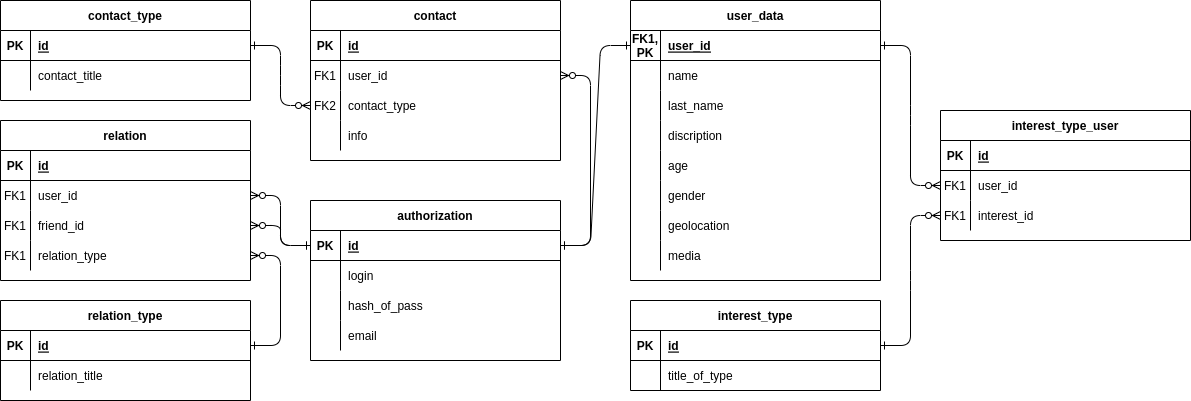
Before: dataAboutDB/DBForInternship.drawio.png, a diagram exported from draw.io (krilop/PFP-PeopleForPeople). Source tidied: cells renumbered, new cells last; positions are measured from the earlier drawing's top-left corner, leaving out a move shared by most shapes.
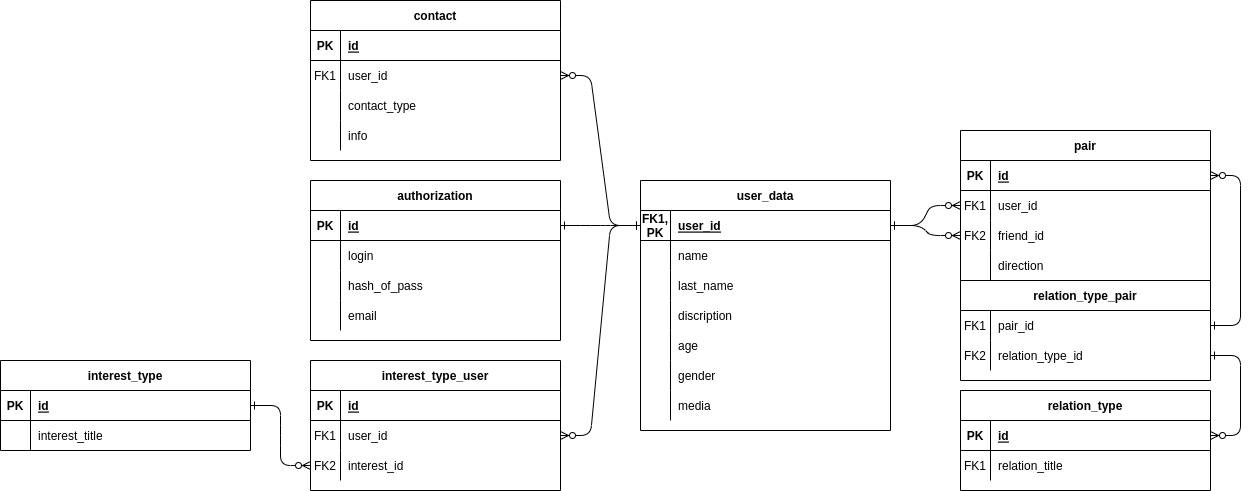
After the commit.

What changed in the source:
```diff
@@ -2,11 +2,11 @@
   <root>
     <mxCell id="0" />
     <mxCell id="1" parent="0" />
-    <mxCell id="2" style="edgeStyle=entityRelationEdgeStyle;endArrow=ERzeroToMany;startArrow=ERone;endFill=1;startFill=0;exitX=1;exitY=0.5;exitDx=0;exitDy=0;" parent="1" edge="1" source="71" target="7">
+    <mxCell id="2" style="edgeStyle=entityRelationEdgeStyle;endArrow=ERzeroToMany;startArrow=ERone;endFill=1;startFill=0;exitX=0;exitY=0.5;exitDx=0;exitDy=0;" parent="1" edge="1" source="71" target="7">
       <mxGeometry relative="1" as="geometry" />
     </mxCell>
     <mxCell id="3" value="interest_type_user" style="shape=table;startSize=30;rowLines=0;fontStyle=1;align=center;" parent="1" vertex="1">
-      <mxGeometry x="940" y="110" width="250" height="130" as="geometry" />
+      <mxGeometry x="300" y="180" width="250" height="130" as="geometry" />
     </mxCell>
     <mxCell id="4" style="shape=partialRectangle;fillColor=none;top=0;left=0;right=0;bottom=1;" parent="3" vertex="1">
       <mxGeometry y="30" width="250" height="30" as="geometry" />
@@ -29,14 +29,14 @@
     <mxCell id="10" style="shape=partialRectangle;fillColor=none;points=[[0,0.5],[1,0.5]];portConstraint=eastwest;top=0;left=0;right=0;bottom=0;" parent="3" vertex="1">
       <mxGeometry y="90" width="250" height="30" as="geometry" />
     </mxCell>
-    <mxCell id="11" value="FK1" style="shape=partialRectangle;overflow=hidden;fillColor=none;top=0;left=0;bottom=0;right=0;" parent="10" vertex="1">
+    <mxCell id="11" value="FK2" style="shape=partialRectangle;overflow=hidden;fillColor=none;top=0;left=0;bottom=0;right=0;" parent="10" vertex="1">
       <mxGeometry width="30" height="30" as="geometry" />
     </mxCell>
     <mxCell id="12" value="interest_id" style="shape=partialRectangle;overflow=hidden;fillColor=none;top=0;left=0;bottom=0;right=0;align=left;spacingLeft=6;" parent="10" vertex="1">
       <mxGeometry x="30" width="220" height="30" as="geometry" />
     </mxCell>
     <mxCell id="13" value="authorization" style="shape=table;startSize=30;rowLines=0;fontStyle=1;align=center;fillStyle=solid;" parent="1" vertex="1">
-      <mxGeometry x="310" y="200" width="250" height="160" as="geometry" />
+      <mxGeometry x="300" width="250" height="160" as="geometry" />
     </mxCell>
     <mxCell id="14" style="shape=partialRectangle;fillColor=none;points=[[0,0.5],[1,0.5]];portConstraint=eastwest;top=0;left=0;right=0;bottom=1;" parent="13" vertex="1">
       <mxGeometry y="30" width="250" height="30" as="geometry" />
@@ -75,7 +75,7 @@
       <mxGeometry x="30" width="220" height="30" as="geometry" />
     </mxCell>
     <mxCell id="26" value="interest_type" style="shape=table;startSize=30;rowLines=0;fontStyle=1;align=center;" parent="1" vertex="1">
-      <mxGeometry x="630" y="300" width="250" height="90" as="geometry" />
+      <mxGeometry x="-10" y="180" width="250" height="90" as="geometry" />
     </mxCell>
     <mxCell id="27" style="shape=partialRectangle;fillColor=none;points=[[0,0.5],[1,0.5]];portConstraint=eastwest;top=0;left=0;right=0;bottom=1;" parent="26" vertex="1">
       <mxGeometry y="30" width="250" height="30" as="geometry" />
@@ -92,11 +92,11 @@
     <mxCell id="31" style="shape=partialRectangle;overflow=hidden;fillColor=none;top=0;left=0;bottom=0;right=0;" parent="30" vertex="1">
       <mxGeometry width="30" height="30" as="geometry" />
     </mxCell>
-    <mxCell id="32" value="title_of_type" style="shape=partialRectangle;overflow=hidden;fillColor=none;top=0;left=0;bottom=0;right=0;align=left;spacingLeft=6;" parent="30" vertex="1">
+    <mxCell id="32" value="interest_title" style="shape=partialRectangle;overflow=hidden;fillColor=none;top=0;left=0;bottom=0;right=0;align=left;spacingLeft=6;" parent="30" vertex="1">
       <mxGeometry x="30" width="220" height="30" as="geometry" />
     </mxCell>
-    <mxCell id="33" value="relation" style="shape=table;startSize=30;rowLines=0;fontStyle=1;align=center;fillStyle=solid;" parent="1" vertex="1">
-      <mxGeometry y="120" width="250" height="160" as="geometry" />
+    <mxCell id="33" value="pair" style="shape=table;startSize=30;rowLines=0;fontStyle=1;align=center;fillStyle=solid;" parent="1" vertex="1">
+      <mxGeometry x="950" y="-50" width="250" height="160" as="geometry" />
     </mxCell>
     <mxCell id="34" style="shape=partialRectangle;fillColor=none;points=[[0,0.5],[1,0.5]];portConstraint=eastwest;top=0;left=0;right=0;bottom=1;" parent="33" vertex="1">
       <mxGeometry y="30" width="250" height="30" as="geometry" />
@@ -119,7 +119,7 @@
     <mxCell id="40" style="shape=partialRectangle;fillColor=none;points=[[0,0.5],[1,0.5]];portConstraint=eastwest;top=0;left=0;right=0;bottom=0;" parent="33" vertex="1">
       <mxGeometry y="90" width="250" height="30" as="geometry" />
     </mxCell>
-    <mxCell id="41" value="FK1" style="shape=partialRectangle;overflow=hidden;fillColor=none;top=0;left=0;bottom=0;right=0;" parent="40" vertex="1">
+    <mxCell id="41" value="FK2" style="shape=partialRectangle;overflow=hidden;fillColor=none;top=0;left=0;bottom=0;right=0;" parent="40" vertex="1">
       <mxGeometry width="30" height="30" as="geometry" />
     </mxCell>
     <mxCell id="42" value="friend_id" style="shape=partialRectangle;overflow=hidden;fillColor=none;top=0;left=0;bottom=0;right=0;align=left;spacingLeft=6;" parent="40" vertex="1">
@@ -128,23 +128,17 @@
     <mxCell id="43" style="shape=partialRectangle;fillColor=none;points=[[0,0.5],[1,0.5]];portConstraint=eastwest;top=0;left=0;right=0;bottom=0;" parent="33" vertex="1">
       <mxGeometry y="120" width="250" height="30" as="geometry" />
     </mxCell>
-    <mxCell id="44" value="FK1" style="shape=partialRectangle;overflow=hidden;fillColor=none;top=0;left=0;bottom=0;right=0;" parent="43" vertex="1">
-      <mxGeometry width="30" height="30" as="geometry" />
-    </mxCell>
-    <mxCell id="45" value="relation_type" style="shape=partialRectangle;overflow=hidden;fillColor=none;top=0;left=0;bottom=0;right=0;align=left;spacingLeft=6;" parent="43" vertex="1">
-      <mxGeometry x="30" width="220" height="30" as="geometry" />
-    </mxCell>
-    <mxCell id="46" style="edgeStyle=entityRelationEdgeStyle;rounded=1;jettySize=auto;html=1;exitX=0;exitY=0.5;exitDx=0;exitDy=0;entryX=1;entryY=0.5;entryDx=0;entryDy=0;strokeColor=default;align=center;verticalAlign=middle;fontFamily=Helvetica;fontSize=11;fontColor=default;labelBackgroundColor=default;startArrow=ERone;startFill=0;endArrow=ERzeroToMany;endFill=1;" parent="1" edge="1" source="14" target="37">
-      <mxGeometry relative="1" as="geometry" />
-    </mxCell>
-    <mxCell id="47" style="edgeStyle=entityRelationEdgeStyle;rounded=1;jettySize=auto;html=1;exitX=0;exitY=0.5;exitDx=0;exitDy=0;entryX=1;entryY=0.5;entryDx=0;entryDy=0;strokeColor=default;align=center;verticalAlign=middle;fontFamily=Helvetica;fontSize=11;fontColor=default;labelBackgroundColor=default;startArrow=ERone;startFill=0;endArrow=ERzeroToMany;endFill=1;" parent="1" edge="1" source="14" target="40">
-      <mxGeometry relative="1" as="geometry" />
-    </mxCell>
+    <mxCell id="105" style="shape=partialRectangle;overflow=hidden;fillColor=none;top=0;left=0;bottom=0;right=0;" parent="43" vertex="1">
+      <mxGeometry width="30" height="30" as="geometry" />
+    </mxCell>
+    <mxCell id="106" value="direction" style="shape=partialRectangle;overflow=hidden;fillColor=none;top=0;left=0;bottom=0;right=0;align=left;spacingLeft=6;" parent="43" vertex="1">
+      <mxGeometry x="30" width="220" height="30" as="geometry" />
+    </mxCell>
     <mxCell id="48" style="edgeStyle=entityRelationEdgeStyle;rounded=1;jettySize=auto;html=1;exitX=1;exitY=0.5;exitDx=0;exitDy=0;entryX=0;entryY=0.5;entryDx=0;entryDy=0;strokeColor=default;align=center;verticalAlign=middle;fontFamily=Helvetica;fontSize=11;fontColor=default;labelBackgroundColor=default;startArrow=ERone;startFill=0;endArrow=ERzeroToMany;endFill=1;" parent="1" edge="1" source="27" target="10">
       <mxGeometry relative="1" as="geometry" />
     </mxCell>
     <mxCell id="49" value="contact" style="shape=table;startSize=30;rowLines=0;fontStyle=1;align=center;fillStyle=solid;" parent="1" vertex="1">
-      <mxGeometry x="310" width="250" height="160" as="geometry" />
+      <mxGeometry x="300" y="-180" width="250" height="160" as="geometry" />
     </mxCell>
     <mxCell id="50" style="shape=partialRectangle;fillColor=none;top=0;left=0;right=0;bottom=1;" parent="49" vertex="1">
       <mxGeometry y="30" width="250" height="30" as="geometry" />
@@ -167,7 +161,7 @@
     <mxCell id="56" style="shape=partialRectangle;fillColor=none;points=[[0,0.5],[1,0.5]];portConstraint=eastwest;top=0;left=0;right=0;bottom=0;" parent="49" vertex="1">
       <mxGeometry y="90" width="250" height="30" as="geometry" />
     </mxCell>
-    <mxCell id="57" value="FK2" style="shape=partialRectangle;overflow=hidden;fillColor=none;top=0;left=0;bottom=0;right=0;" parent="56" vertex="1">
+    <mxCell id="57" style="shape=partialRectangle;overflow=hidden;fillColor=none;top=0;left=0;bottom=0;right=0;" parent="56" vertex="1">
       <mxGeometry width="30" height="30" as="geometry" />
     </mxCell>
     <mxCell id="58" value="contact_type" style="shape=partialRectangle;overflow=hidden;fillColor=none;top=0;left=0;bottom=0;right=0;align=left;spacingLeft=6;" parent="56" vertex="1">
@@ -182,32 +176,16 @@
     <mxCell id="61" value="info" style="shape=partialRectangle;overflow=hidden;fillColor=none;top=0;left=0;bottom=0;right=0;align=left;spacingLeft=6;" parent="59" vertex="1">
       <mxGeometry x="30" width="220" height="30" as="geometry" />
     </mxCell>
-    <mxCell id="62" style="edgeStyle=entityRelationEdgeStyle;rounded=1;jettySize=auto;html=1;exitX=1;exitY=0.5;exitDx=0;exitDy=0;strokeColor=default;align=center;verticalAlign=middle;fontFamily=Helvetica;fontSize=11;fontColor=default;labelBackgroundColor=default;startArrow=ERone;startFill=0;endArrow=ERzeroToMany;endFill=1;entryX=1;entryY=0.5;entryDx=0;entryDy=0;" parent="1" edge="1" source="14" target="53">
-      <mxGeometry relative="1" as="geometry" />
+    <mxCell id="62" style="edgeStyle=entityRelationEdgeStyle;rounded=1;jettySize=auto;html=1;exitX=0;exitY=0.5;exitDx=0;exitDy=0;strokeColor=default;align=center;verticalAlign=middle;fontFamily=Helvetica;fontSize=11;fontColor=default;labelBackgroundColor=default;startArrow=ERone;startFill=0;endArrow=ERzeroToMany;endFill=1;entryX=1;entryY=0.5;entryDx=0;entryDy=0;" parent="1" edge="1" source="71" target="53">
+      <mxGeometry relative="1" as="geometry">
+        <Array as="points">
+          <mxPoint x="580" y="-70" />
+          <mxPoint x="620" y="-50" />
+        </Array>
+      </mxGeometry>
     </mxCell>
-    <mxCell id="63" value="relation_type" style="shape=table;startSize=30;rowLines=0;fontStyle=1;align=center;fillStyle=solid;" parent="1" vertex="1">
-      <mxGeometry y="300" width="250" height="100" as="geometry" />
-    </mxCell>
-    <mxCell id="64" style="shape=partialRectangle;fillColor=none;points=[[0,0.5],[1,0.5]];portConstraint=eastwest;top=0;left=0;right=0;bottom=1;" parent="63" vertex="1">
-      <mxGeometry y="30" width="250" height="30" as="geometry" />
-    </mxCell>
-    <mxCell id="65" value="PK" style="shape=partialRectangle;overflow=hidden;fillColor=none;top=0;left=0;bottom=0;right=0;fontStyle=1;" parent="64" vertex="1">
-      <mxGeometry width="30" height="30" as="geometry" />
-    </mxCell>
-    <mxCell id="66" value="id" style="shape=partialRectangle;overflow=hidden;fillColor=none;top=0;left=0;bottom=0;right=0;align=left;spacingLeft=6;fontStyle=5;" parent="64" vertex="1">
-      <mxGeometry x="30" width="220" height="30" as="geometry" />
-    </mxCell>
-    <mxCell id="67" style="shape=partialRectangle;fillColor=none;top=0;left=0;right=0;bottom=0;" parent="63" vertex="1">
-      <mxGeometry y="60" width="250" height="30" as="geometry" />
-    </mxCell>
-    <mxCell id="68" style="shape=partialRectangle;overflow=hidden;fillColor=none;top=0;left=0;bottom=0;right=0;" parent="67" vertex="1">
-      <mxGeometry width="30" height="30" as="geometry" />
-    </mxCell>
-    <mxCell id="69" value="relation_title" style="shape=partialRectangle;overflow=hidden;fillColor=none;top=0;left=0;bottom=0;right=0;align=left;spacingLeft=6;" parent="67" vertex="1">
-      <mxGeometry x="30" width="220" height="30" as="geometry" />
-    </mxCell>
     <mxCell id="70" value="user_data" style="shape=table;startSize=30;rowLines=0;fontStyle=1;align=center;fillStyle=solid;" parent="1" vertex="1">
-      <mxGeometry x="630" width="250" height="280" as="geometry" />
+      <mxGeometry x="630" width="250" height="250" as="geometry" />
     </mxCell>
     <mxCell id="71" style="shape=partialRectangle;fillColor=none;points=[[0,0.5],[1,0.5]];portConstraint=eastwest;top=0;left=0;right=0;bottom=1;" parent="70" vertex="1">
       <mxGeometry y="30" width="250" height="30" as="geometry" />
@@ -263,17 +241,8 @@
     <mxCell id="88" value="gender" style="shape=partialRectangle;overflow=hidden;fillColor=none;top=0;left=0;bottom=0;right=0;align=left;spacingLeft=6;" parent="86" vertex="1">
       <mxGeometry x="30" width="220" height="30" as="geometry" />
     </mxCell>
-    <mxCell id="89" style="shape=partialRectangle;fillColor=none;top=0;left=0;right=0;bottom=0;" parent="70" vertex="1">
-      <mxGeometry y="210" width="250" height="30" as="geometry" />
-    </mxCell>
-    <mxCell id="90" style="shape=partialRectangle;overflow=hidden;fillColor=none;top=0;left=0;bottom=0;right=0;" parent="89" vertex="1">
-      <mxGeometry width="30" height="30" as="geometry" />
-    </mxCell>
-    <mxCell id="91" value="geolocation" style="shape=partialRectangle;overflow=hidden;fillColor=none;top=0;left=0;bottom=0;right=0;align=left;spacingLeft=6;" parent="89" vertex="1">
-      <mxGeometry x="30" width="220" height="30" as="geometry" />
-    </mxCell>
     <mxCell id="92" style="shape=partialRectangle;fillColor=none;top=0;left=0;right=0;bottom=0;" parent="70" vertex="1">
-      <mxGeometry y="240" width="250" height="30" as="geometry" />
+      <mxGeometry y="210" width="250" height="30" as="geometry" />
     </mxCell>
     <mxCell id="93" style="shape=partialRectangle;overflow=hidden;fillColor=none;top=0;left=0;bottom=0;right=0;" parent="92" vertex="1">
       <mxGeometry width="30" height="30" as="geometry" />
@@ -284,32 +253,59 @@
     <mxCell id="95" style="edgeStyle=entityRelationEdgeStyle;rounded=1;jettySize=auto;html=1;exitX=1;exitY=0.5;exitDx=0;exitDy=0;entryX=0;entryY=0.5;entryDx=0;entryDy=0;strokeColor=default;align=center;verticalAlign=middle;fontFamily=Helvetica;fontSize=11;fontColor=default;labelBackgroundColor=default;startArrow=ERone;startFill=0;endArrow=ERone;endFill=0;" parent="1" edge="1" source="14" target="71">
       <mxGeometry relative="1" as="geometry" />
     </mxCell>
-    <mxCell id="96" value="contact_type" style="shape=table;startSize=30;rowLines=0;fontStyle=1;align=center;fillStyle=solid;" parent="1" vertex="1">
-      <mxGeometry width="250" height="100" as="geometry" />
-    </mxCell>
-    <mxCell id="97" style="shape=partialRectangle;fillColor=none;points=[[0,0.5],[1,0.5]];portConstraint=eastwest;top=0;left=0;right=0;bottom=1;" parent="96" vertex="1">
-      <mxGeometry y="30" width="250" height="30" as="geometry" />
-    </mxCell>
-    <mxCell id="98" value="PK" style="shape=partialRectangle;overflow=hidden;fillColor=none;top=0;left=0;bottom=0;right=0;fontStyle=1;" parent="97" vertex="1">
-      <mxGeometry width="30" height="30" as="geometry" />
-    </mxCell>
-    <mxCell id="99" value="id" style="shape=partialRectangle;overflow=hidden;fillColor=none;top=0;left=0;bottom=0;right=0;align=left;spacingLeft=6;fontStyle=5;" parent="97" vertex="1">
-      <mxGeometry x="30" width="220" height="30" as="geometry" />
-    </mxCell>
-    <mxCell id="100" style="shape=partialRectangle;fillColor=none;top=0;left=0;right=0;bottom=0;" parent="96" vertex="1">
-      <mxGeometry y="60" width="250" height="30" as="geometry" />
-    </mxCell>
-    <mxCell id="101" style="shape=partialRectangle;overflow=hidden;fillColor=none;top=0;left=0;bottom=0;right=0;" parent="100" vertex="1">
-      <mxGeometry width="30" height="30" as="geometry" />
-    </mxCell>
-    <mxCell id="102" value="contact_title" style="shape=partialRectangle;overflow=hidden;fillColor=none;top=0;left=0;bottom=0;right=0;align=left;spacingLeft=6;" parent="100" vertex="1">
-      <mxGeometry x="30" width="220" height="30" as="geometry" />
-    </mxCell>
-    <mxCell id="103" style="edgeStyle=entityRelationEdgeStyle;rounded=1;jettySize=auto;html=1;exitX=1;exitY=0.5;exitDx=0;exitDy=0;entryX=0;entryY=0.5;entryDx=0;entryDy=0;strokeColor=default;align=center;verticalAlign=middle;fontFamily=Helvetica;fontSize=11;fontColor=default;labelBackgroundColor=default;startArrow=ERone;startFill=0;endArrow=ERzeroToMany;endFill=1;" parent="1" edge="1" source="97" target="56">
-      <mxGeometry relative="1" as="geometry" />
-    </mxCell>
-    <mxCell id="104" style="edgeStyle=entityRelationEdgeStyle;rounded=1;jettySize=auto;html=1;exitX=1;exitY=0.5;exitDx=0;exitDy=0;entryX=1;entryY=0.5;entryDx=0;entryDy=0;strokeColor=default;align=center;verticalAlign=middle;fontFamily=Helvetica;fontSize=11;fontColor=default;labelBackgroundColor=default;startArrow=ERone;startFill=0;endArrow=ERzeroToMany;endFill=1;" parent="1" edge="1" source="64" target="43">
-      <mxGeometry relative="1" as="geometry" />
-    </mxCell>
+    <mxCell id="107" style="edgeStyle=entityRelationEdgeStyle;rounded=1;jettySize=auto;html=1;exitX=1;exitY=0.5;exitDx=0;exitDy=0;entryX=0;entryY=0.5;entryDx=0;entryDy=0;strokeColor=default;align=center;verticalAlign=middle;fontFamily=Helvetica;fontSize=11;fontColor=default;labelBackgroundColor=default;startArrow=ERone;startFill=0;endArrow=ERzeroToMany;endFill=1;" parent="1" edge="1" source="71" target="40">
+      <mxGeometry relative="1" as="geometry" />
+    </mxCell>
+    <mxCell id="108" style="edgeStyle=entityRelationEdgeStyle;rounded=1;jettySize=auto;html=1;exitX=1;exitY=0.5;exitDx=0;exitDy=0;entryX=0;entryY=0.5;entryDx=0;entryDy=0;strokeColor=default;align=center;verticalAlign=middle;fontFamily=Helvetica;fontSize=11;fontColor=default;labelBackgroundColor=default;startArrow=ERone;startFill=0;endArrow=ERzeroToMany;endFill=1;" parent="1" edge="1" source="71" target="37">
+      <mxGeometry relative="1" as="geometry" />
+    </mxCell>
+    <mxCell id="109" value="relation_type_pair" style="shape=table;startSize=30;rowLines=0;fontStyle=1;align=center;fillStyle=solid;" parent="1" vertex="1">
+      <mxGeometry x="950" y="100" width="250" height="100" as="geometry" />
+    </mxCell>
+    <mxCell id="110" style="shape=partialRectangle;fillColor=none;points=[[0,0.5],[1,0.5]];portConstraint=eastwest;top=0;left=0;right=0;bottom=0;" parent="109" vertex="1">
+      <mxGeometry y="30" width="250" height="30" as="geometry" />
+    </mxCell>
+    <mxCell id="111" value="FK1" style="shape=partialRectangle;overflow=hidden;fillColor=none;top=0;left=0;bottom=0;right=0;" parent="110" vertex="1">
+      <mxGeometry width="30" height="30" as="geometry" />
+    </mxCell>
+    <mxCell id="112" value="pair_id" style="shape=partialRectangle;overflow=hidden;fillColor=none;top=0;left=0;bottom=0;right=0;align=left;spacingLeft=6;" parent="110" vertex="1">
+      <mxGeometry x="30" width="220" height="30" as="geometry" />
+    </mxCell>
+    <mxCell id="113" style="shape=partialRectangle;fillColor=none;points=[[0,0.5],[1,0.5]];portConstraint=eastwest;top=0;left=0;right=0;bottom=0;" parent="109" vertex="1">
+      <mxGeometry y="60" width="250" height="30" as="geometry" />
+    </mxCell>
+    <mxCell id="114" value="FK2" style="shape=partialRectangle;overflow=hidden;fillColor=none;top=0;left=0;bottom=0;right=0;" parent="113" vertex="1">
+      <mxGeometry width="30" height="30" as="geometry" />
+    </mxCell>
+    <mxCell id="115" value="relation_type_id" style="shape=partialRectangle;overflow=hidden;fillColor=none;top=0;left=0;bottom=0;right=0;align=left;spacingLeft=6;" parent="113" vertex="1">
+      <mxGeometry x="30" width="220" height="30" as="geometry" />
+    </mxCell>
+    <mxCell id="116" style="edgeStyle=entityRelationEdgeStyle;rounded=1;jettySize=auto;html=1;exitX=1;exitY=0.5;exitDx=0;exitDy=0;entryX=1;entryY=0.5;entryDx=0;entryDy=0;strokeColor=default;align=center;verticalAlign=middle;fontFamily=Helvetica;fontSize=11;fontColor=default;labelBackgroundColor=default;startArrow=ERone;startFill=0;endArrow=ERzeroToMany;endFill=1;" parent="1" edge="1" source="110" target="34">
+      <mxGeometry relative="1" as="geometry" />
+    </mxCell>
+    <mxCell id="63" value="relation_type" style="shape=table;startSize=30;rowLines=0;fontStyle=1;align=center;fillStyle=solid;" parent="1" vertex="1">
+      <mxGeometry x="950" y="210" width="250" height="100" as="geometry" />
+    </mxCell>
+    <mxCell id="117" style="shape=partialRectangle;fillColor=none;points=[[0,0.5],[1,0.5]];portConstraint=eastwest;top=0;left=0;right=0;bottom=1;" parent="63" vertex="1">
+      <mxGeometry y="30" width="250" height="30" as="geometry" />
+    </mxCell>
+    <mxCell id="118" value="PK" style="shape=partialRectangle;overflow=hidden;fillColor=none;top=0;left=0;bottom=0;right=0;fontStyle=1;" parent="117" vertex="1">
+      <mxGeometry width="30" height="30" as="geometry" />
+    </mxCell>
+    <mxCell id="119" value="id" style="shape=partialRectangle;overflow=hidden;fillColor=none;top=0;left=0;bottom=0;right=0;align=left;spacingLeft=6;fontStyle=5;" parent="117" vertex="1">
+      <mxGeometry x="30" width="220" height="30" as="geometry" />
+    </mxCell>
+    <mxCell id="120" style="shape=partialRectangle;fillColor=none;top=0;left=0;right=0;bottom=0;" parent="63" vertex="1">
+      <mxGeometry y="60" width="250" height="30" as="geometry" />
+    </mxCell>
+    <mxCell id="121" value="FK1" style="shape=partialRectangle;overflow=hidden;fillColor=none;top=0;left=0;bottom=0;right=0;" parent="120" vertex="1">
+      <mxGeometry width="30" height="30" as="geometry" />
+    </mxCell>
+    <mxCell id="69" value="relation_title" style="shape=partialRectangle;overflow=hidden;fillColor=none;top=0;left=0;bottom=0;right=0;align=left;spacingLeft=6;" parent="120" vertex="1">
+      <mxGeometry x="30" width="220" height="30" as="geometry" />
+    </mxCell>
+    <mxCell id="122" style="edgeStyle=entityRelationEdgeStyle;rounded=1;jettySize=auto;html=1;exitX=1;exitY=0.5;exitDx=0;exitDy=0;entryX=1;entryY=0.5;entryDx=0;entryDy=0;strokeColor=default;align=center;verticalAlign=middle;fontFamily=Helvetica;fontSize=11;fontColor=default;labelBackgroundColor=default;startArrow=ERone;startFill=0;endArrow=ERzeroToMany;endFill=1;" parent="1" edge="1" source="113" target="117">
+      <mxGeometry relative="1" as="geometry" />
+    </mxCell>
   </root>
 </mxGraphModel>
```
